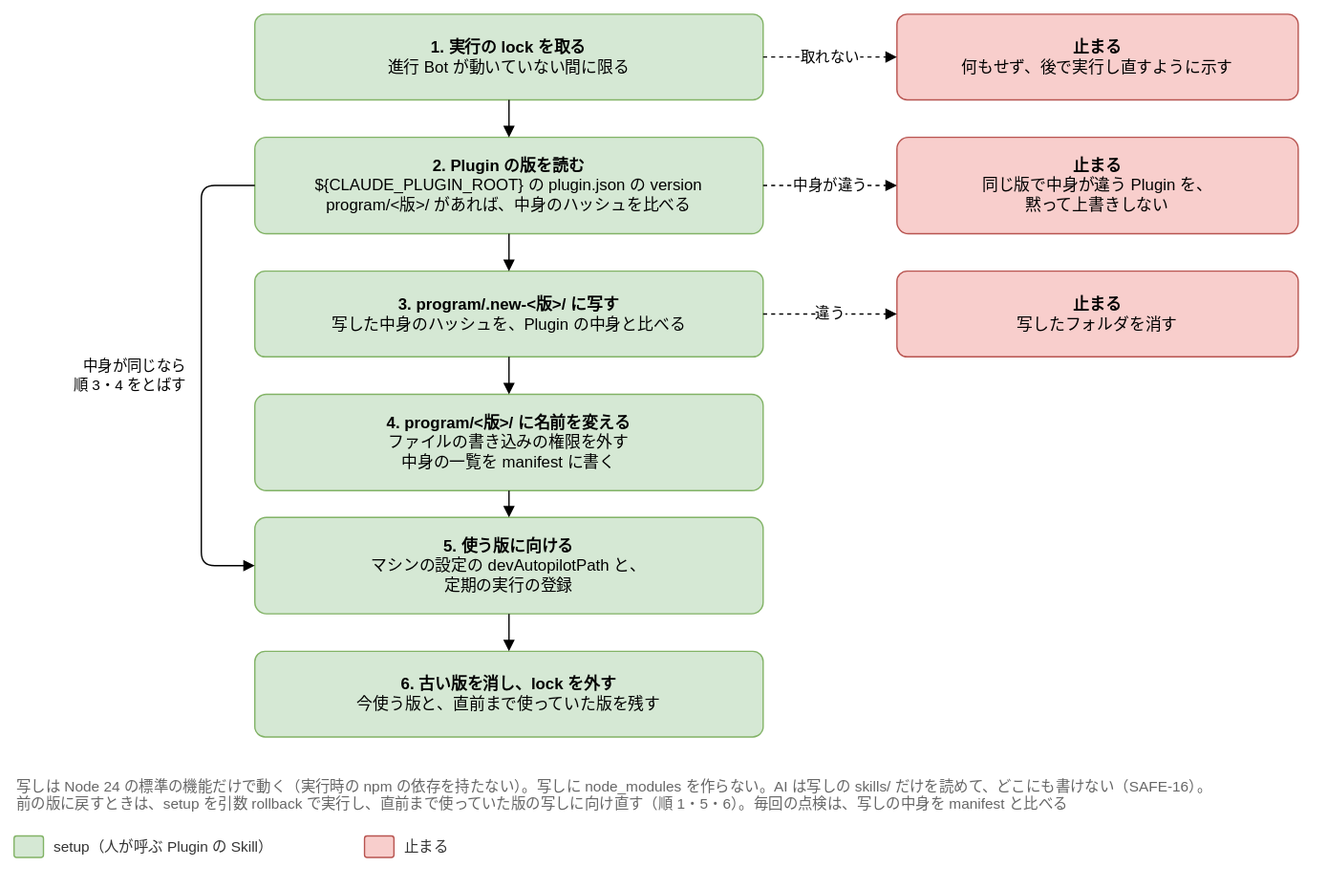
Earlier version of the draw.io export docs/design/basic/diagrams/04-program-copy.drawio.svg (Joymerrevent/dev-autopilot). Source tidied: cells renumbered, new cells last; positions are measured from the earlier drawing's top-left corner, leaving out a move shared by most shapes.
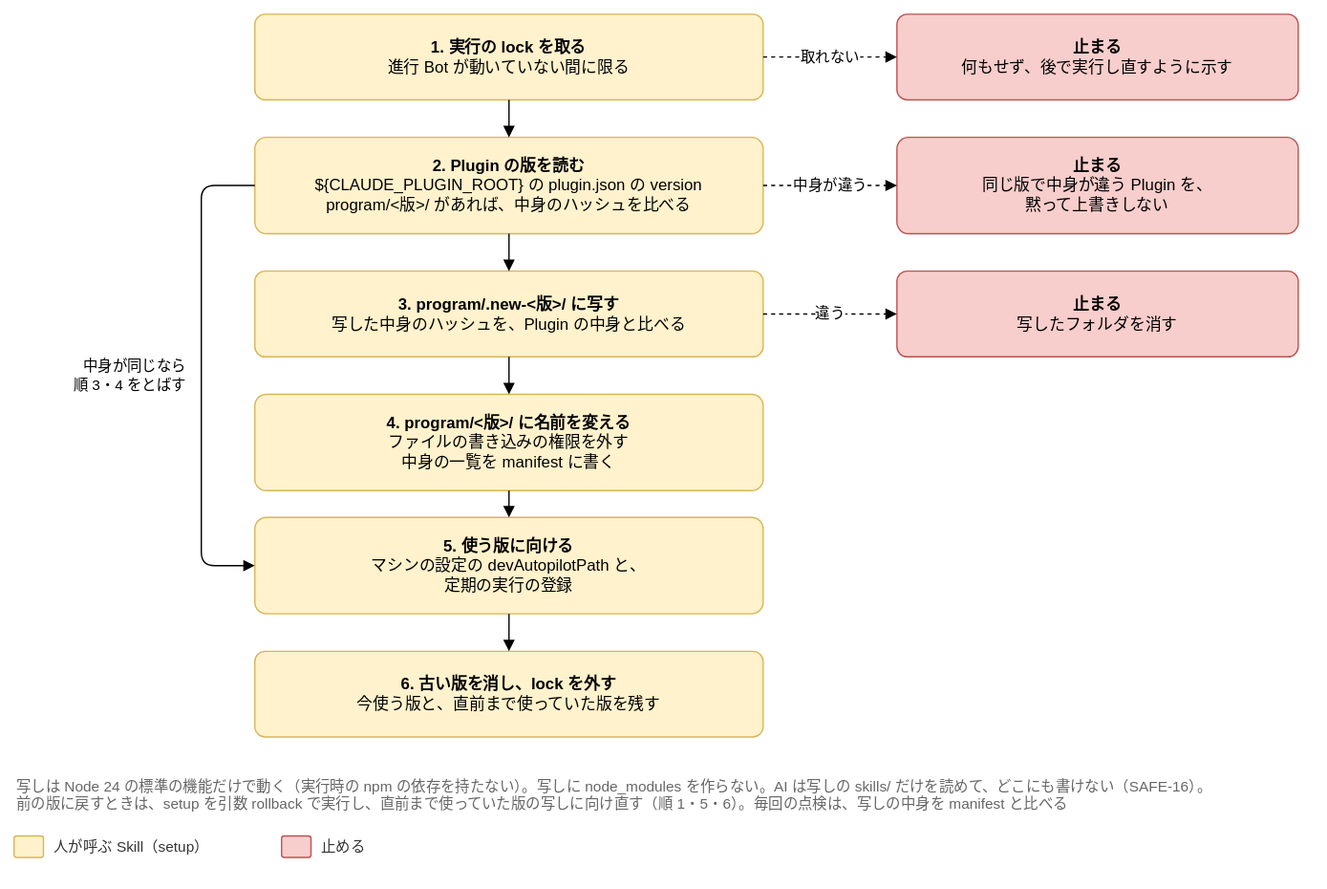
Above is the later version.

The edit, as a diff of the source:
```diff
@@ -2,22 +2,22 @@
   <root>
     <mxCell id="0" />
     <mxCell id="1" parent="0" />
-    <mxCell id="2" value="&lt;b&gt;1. 実行の lock を取る&lt;/b&gt;&lt;br&gt;進行 Bot が動いていない間に限る" style="rounded=1;whiteSpace=wrap;html=1;fontSize=12;arcSize=12;spacing=12;fillColor=#d5e8d4;strokeColor=#82b366;" parent="1" vertex="1">
+    <mxCell id="2" value="&lt;b&gt;1. 実行の lock を取る&lt;/b&gt;&lt;br&gt;進行 Bot が動いていない間に限る" style="rounded=1;whiteSpace=wrap;html=1;fontSize=12;arcSize=12;spacing=12;fillColor=#fff2cc;strokeColor=#d6b656;" parent="1" vertex="1">
       <mxGeometry x="180" width="380" height="64" as="geometry" />
     </mxCell>
-    <mxCell id="3" value="&lt;b&gt;2. Plugin の版を読む&lt;/b&gt;&lt;br&gt;${CLAUDE_PLUGIN_ROOT} の plugin.json の version&lt;br&gt;program/&amp;lt;版&amp;gt;/ があれば、中身のハッシュを比べる" style="rounded=1;whiteSpace=wrap;html=1;fontSize=12;arcSize=12;spacing=12;fillColor=#d5e8d4;strokeColor=#82b366;" parent="1" vertex="1">
+    <mxCell id="3" value="&lt;b&gt;2. Plugin の版を読む&lt;/b&gt;&lt;br&gt;${CLAUDE_PLUGIN_ROOT} の plugin.json の version&lt;br&gt;program/&amp;lt;版&amp;gt;/ があれば、中身のハッシュを比べる" style="rounded=1;whiteSpace=wrap;html=1;fontSize=12;arcSize=12;spacing=12;fillColor=#fff2cc;strokeColor=#d6b656;" parent="1" vertex="1">
       <mxGeometry x="180" y="92" width="380" height="72" as="geometry" />
     </mxCell>
-    <mxCell id="4" value="&lt;b&gt;3. program/.new-&amp;lt;版&amp;gt;/ に写す&lt;/b&gt;&lt;br&gt;写した中身のハッシュを、Plugin の中身と比べる" style="rounded=1;whiteSpace=wrap;html=1;fontSize=12;arcSize=12;spacing=12;fillColor=#d5e8d4;strokeColor=#82b366;" parent="1" vertex="1">
+    <mxCell id="4" value="&lt;b&gt;3. program/.new-&amp;lt;版&amp;gt;/ に写す&lt;/b&gt;&lt;br&gt;写した中身のハッシュを、Plugin の中身と比べる" style="rounded=1;whiteSpace=wrap;html=1;fontSize=12;arcSize=12;spacing=12;fillColor=#fff2cc;strokeColor=#d6b656;" parent="1" vertex="1">
       <mxGeometry x="180" y="192" width="380" height="64" as="geometry" />
     </mxCell>
-    <mxCell id="5" value="&lt;b&gt;4. program/&amp;lt;版&amp;gt;/ に名前を変える&lt;/b&gt;&lt;br&gt;ファイルの書き込みの権限を外す&lt;br&gt;中身の一覧を manifest に書く" style="rounded=1;whiteSpace=wrap;html=1;fontSize=12;arcSize=12;spacing=12;fillColor=#d5e8d4;strokeColor=#82b366;" parent="1" vertex="1">
+    <mxCell id="5" value="&lt;b&gt;4. program/&amp;lt;版&amp;gt;/ に名前を変える&lt;/b&gt;&lt;br&gt;ファイルの書き込みの権限を外す&lt;br&gt;中身の一覧を manifest に書く" style="rounded=1;whiteSpace=wrap;html=1;fontSize=12;arcSize=12;spacing=12;fillColor=#fff2cc;strokeColor=#d6b656;" parent="1" vertex="1">
       <mxGeometry x="180" y="284" width="380" height="72" as="geometry" />
     </mxCell>
-    <mxCell id="6" value="&lt;b&gt;5. 使う版に向ける&lt;/b&gt;&lt;br&gt;マシンの設定の devAutopilotPath と、&lt;br&gt;定期の実行の登録" style="rounded=1;whiteSpace=wrap;html=1;fontSize=12;arcSize=12;spacing=12;fillColor=#d5e8d4;strokeColor=#82b366;" parent="1" vertex="1">
+    <mxCell id="6" value="&lt;b&gt;5. 使う版に向ける&lt;/b&gt;&lt;br&gt;マシンの設定の devAutopilotPath と、&lt;br&gt;定期の実行の登録" style="rounded=1;whiteSpace=wrap;html=1;fontSize=12;arcSize=12;spacing=12;fillColor=#fff2cc;strokeColor=#d6b656;" parent="1" vertex="1">
       <mxGeometry x="180" y="376" width="380" height="72" as="geometry" />
     </mxCell>
-    <mxCell id="7" value="&lt;b&gt;6. 古い版を消し、lock を外す&lt;/b&gt;&lt;br&gt;今使う版と、直前まで使っていた版を残す" style="rounded=1;whiteSpace=wrap;html=1;fontSize=12;arcSize=12;spacing=12;fillColor=#d5e8d4;strokeColor=#82b366;" parent="1" vertex="1">
+    <mxCell id="7" value="&lt;b&gt;6. 古い版を消し、lock を外す&lt;/b&gt;&lt;br&gt;今使う版と、直前まで使っていた版を残す" style="rounded=1;whiteSpace=wrap;html=1;fontSize=12;arcSize=12;spacing=12;fillColor=#fff2cc;strokeColor=#d6b656;" parent="1" vertex="1">
       <mxGeometry x="180" y="476" width="380" height="64" as="geometry" />
     </mxCell>
     <mxCell id="8" style="edgeStyle=orthogonalEdgeStyle;rounded=1;html=1;endArrow=block;endFill=1;fontSize=11;labelBackgroundColor=#ffffff;exitX=0.5;exitY=1;exitDx=0;exitDy=0;entryX=0.5;entryY=0;entryDx=0;entryDy=0;" parent="1" edge="1" source="2" target="3">
@@ -67,17 +67,17 @@
     <mxCell id="21" value="写しは Node 24 の標準の機能だけで動く（実行時の npm の依存を持たない）。写しに node_modules を作らない。AI は写しの skills/ だけを読めて、どこにも書けない（SAFE-16）。&lt;br&gt;前の版に戻すときは、setup を引数 rollback で実行し、直前まで使っていた版の写しに向け直す（順 1・5・6）。毎回の点検は、写しの中身を manifest と比べる" style="text;html=1;whiteSpace=wrap;align=left;verticalAlign=top;fontSize=11;fontColor=#666666;" parent="1" vertex="1">
       <mxGeometry y="564" width="960" height="54" as="geometry" />
     </mxCell>
-    <mxCell id="22" style="rounded=1;whiteSpace=wrap;html=1;fontSize=12;arcSize=12;spacing=12;fillColor=#d5e8d4;strokeColor=#82b366;" parent="1" vertex="1">
+    <mxCell id="22" style="rounded=1;whiteSpace=wrap;html=1;fontSize=12;arcSize=12;spacing=12;fillColor=#fff2cc;strokeColor=#d6b656;" parent="1" vertex="1">
       <mxGeometry y="614" width="22" height="16" as="geometry" />
     </mxCell>
-    <mxCell id="23" value="setup（人が呼ぶ Plugin の Skill）" style="text;html=1;align=left;verticalAlign=middle;fontSize=11;fontColor=#333333;" parent="1" vertex="1">
-      <mxGeometry x="28" y="612" width="218" height="20" as="geometry" />
+    <mxCell id="23" value="人が呼ぶ Skill（setup）" style="text;html=1;align=left;verticalAlign=middle;fontSize=11;fontColor=#333333;" parent="1" vertex="1">
+      <mxGeometry x="28" y="612" width="156" height="20" as="geometry" />
     </mxCell>
     <mxCell id="24" style="rounded=1;whiteSpace=wrap;html=1;fontSize=12;arcSize=12;spacing=12;fillColor=#f8cecc;strokeColor=#b85450;" parent="1" vertex="1">
-      <mxGeometry x="262" y="614" width="22" height="16" as="geometry" />
+      <mxGeometry x="200" y="614" width="22" height="16" as="geometry" />
     </mxCell>
-    <mxCell id="25" value="止まる" style="text;html=1;align=left;verticalAlign=middle;fontSize=11;fontColor=#333333;" parent="1" vertex="1">
-      <mxGeometry x="290" y="612" width="46" height="20" as="geometry" />
+    <mxCell id="25" value="止める" style="text;html=1;align=left;verticalAlign=middle;fontSize=11;fontColor=#333333;" parent="1" vertex="1">
+      <mxGeometry x="228" y="612" width="46" height="20" as="geometry" />
     </mxCell>
   </root>
 </mxGraphModel>
```
